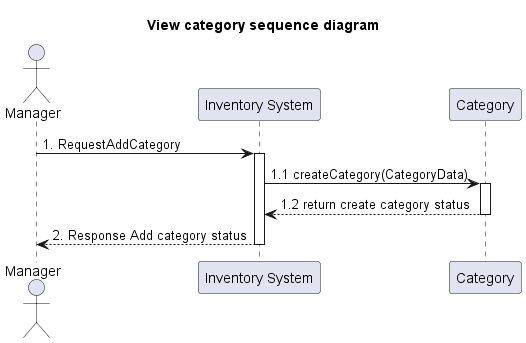
Earlier version of the PlantUML export out/system-analysis/sequence/_3_2_sequence-add-category/_3_2_sequence-add-category.png (billowdev/inventory-system-plantuml-sequelize-seeder-example).
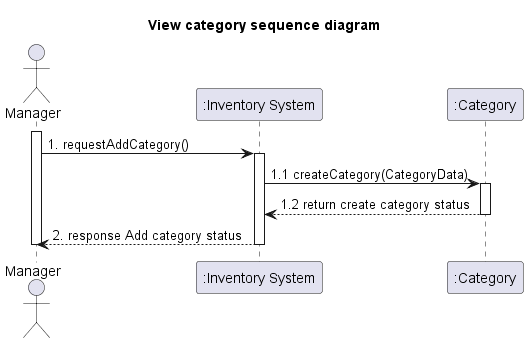
After the change.

What changed in the source:
```diff
@@ -2,11 +2,12 @@
 title View category sequence diagram
 
 actor Manager as actorManager
-participant "Inventory System" as InventorySystem
-participant "Category" as classCategory
+participant ":Inventory System" as InventorySystem
+participant ":Category" as classCategory
 
+activate actorManager
 
-actorManager -> InventorySystem: 1. RequestAddCategory
+actorManager -> InventorySystem: 1. requestAddCategory()
 activate InventorySystem
 
 InventorySystem -> classCategory: 1.1 createCategory(CategoryData)
@@ -15,8 +16,10 @@
 classCategory --> InventorySystem: 1.2 return create category status
 deactivate classCategory
 
-InventorySystem --> actorManager : 2. Response Add category status
+InventorySystem --> actorManager : 2. response Add category status
 
 deactivate InventorySystem
 
+deactivate actorManager
+
 @enduml
```
